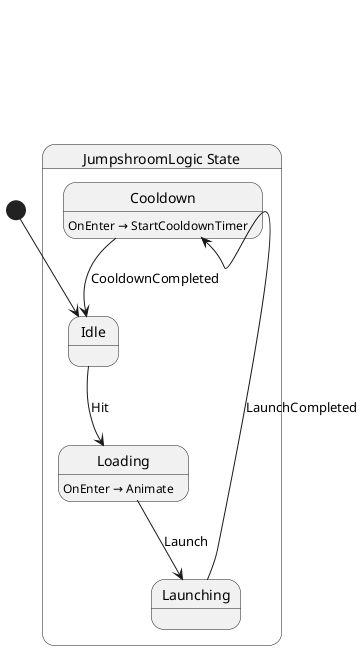
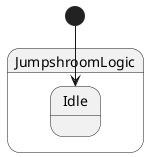
@startuml JumpshroomLogic
- state "JumpshroomLogic State" as GameDemo_JumpshroomLogic_State {
-   state "Cooldown" as GameDemo_JumpshroomLogic_State_Cooldown
-   state "Idle" as GameDemo_JumpshroomLogic_State_Idle
-   state "Launching" as GameDemo_JumpshroomLogic_State_Launching
-   state "Loading" as GameDemo_JumpshroomLogic_State_Loading
+ state JumpshroomLogic {
+   state Idle
}

- GameDemo_JumpshroomLogic_State_Cooldown --> GameDemo_JumpshroomLogic_State_Idle : CooldownCompleted
- GameDemo_JumpshroomLogic_State_Idle --> GameDemo_JumpshroomLogic_State_Loading : Hit
- GameDemo_JumpshroomLogic_State_Launching --> GameDemo_JumpshroomLogic_State_Cooldown : LaunchCompleted
- GameDemo_JumpshroomLogic_State_Loading --> GameDemo_JumpshroomLogic_State_Launching : Launch
- 
- GameDemo_JumpshroomLogic_State_Cooldown : OnEnter → StartCooldownTimer
- GameDemo_JumpshroomLogic_State_Loading : OnEnter → Animate
- 
- [*] --> GameDemo_JumpshroomLogic_State_Idle
+ [*] --> Idle
@enduml